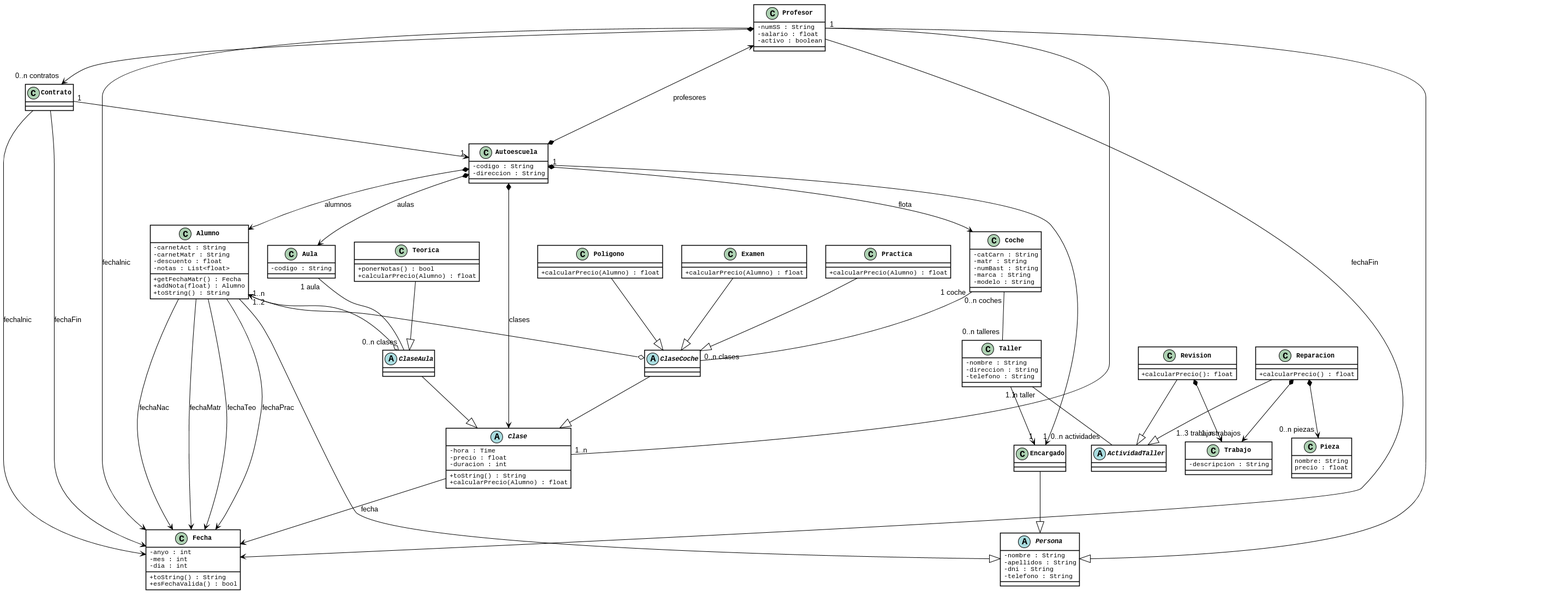
Before: 2P/ejercicio3.png, a diagram exported from PlantUML (Lletfrix/Analisis_y_Dise-o_de_Software_2017_2018).
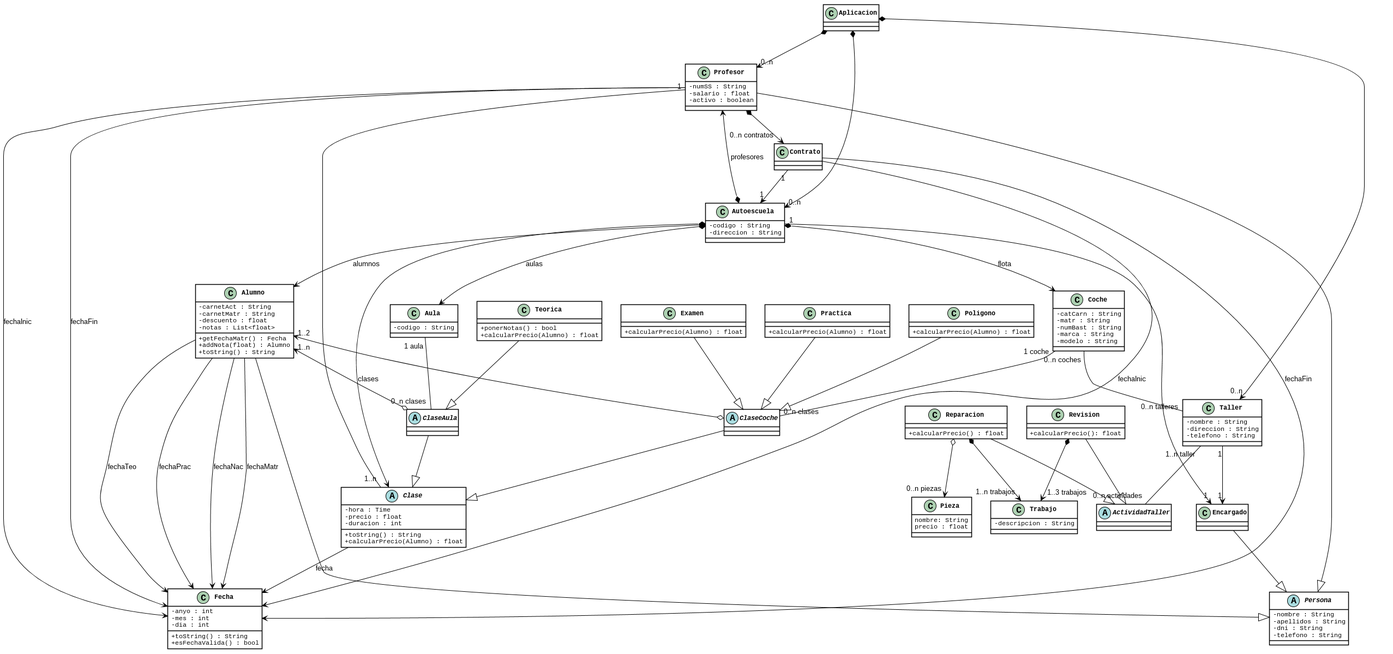
Above is the later version.

Change to the diagram source:
```diff
@@ -52,7 +52,7 @@
 
     + calcularPrecio(): float
 }
-Reparacion *-->"0..n piezas" Pieza
+Reparacion o-->"0..n piezas" Pieza
 Reparacion *-->"1..n trabajos" Trabajo
 Revision *-->"1..3 trabajos" Trabajo
 
@@ -184,4 +184,11 @@
 Contrato "1" --> "1" Autoescuela
 Profesor *--> "0..n contratos" Contrato
 
+class Aplicacion{
+}
+
+Aplicacion *--> "0..n" Autoescuela
+Aplicacion *--> "0..n" Profesor
+Aplicacion *--> "0..n" Taller
+
 @enduml
```
